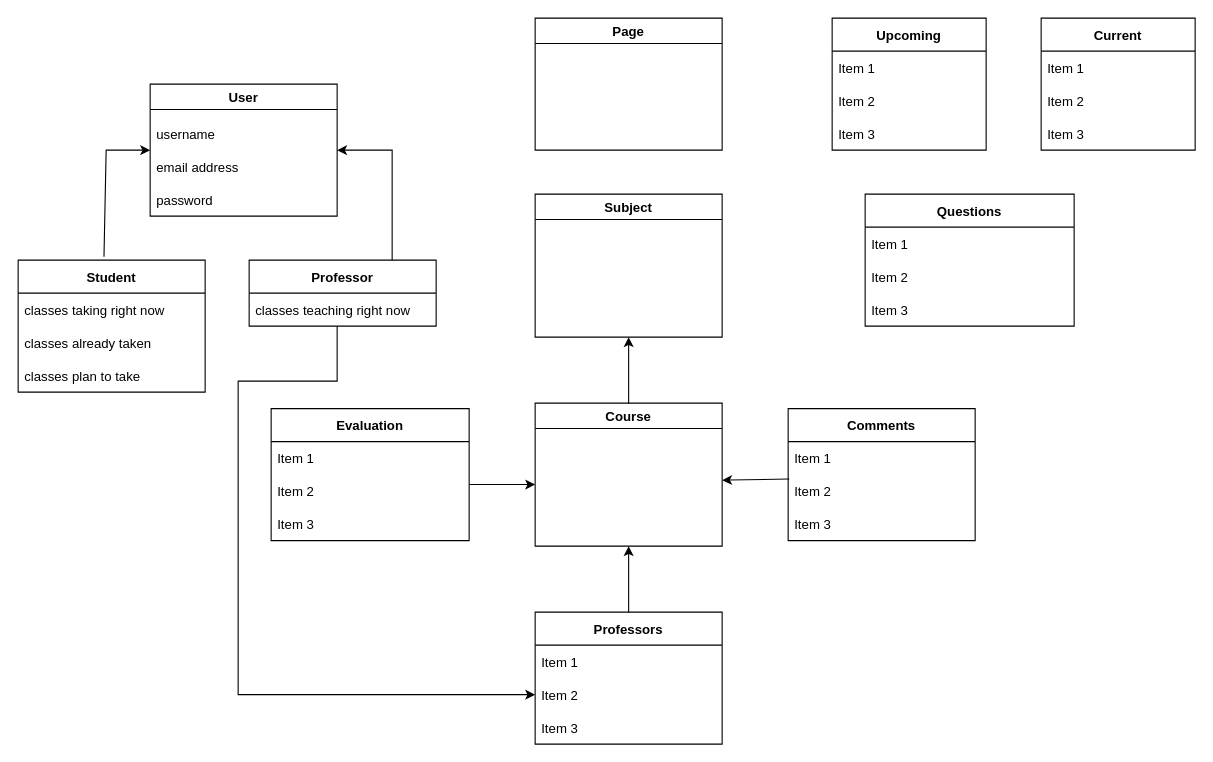
Earlier version of the draw.io diagram Domain Model.drawio (I-Dont-Want-An-F/Project). Source tidied: cells renumbered, new cells numbered last; positions are measured from the earlier drawing's top-left corner, leaving out a move shared by most shapes. Both pictures are drawn from the tidied source at 110%, with x=0, y=0 at pixel (18, 18).
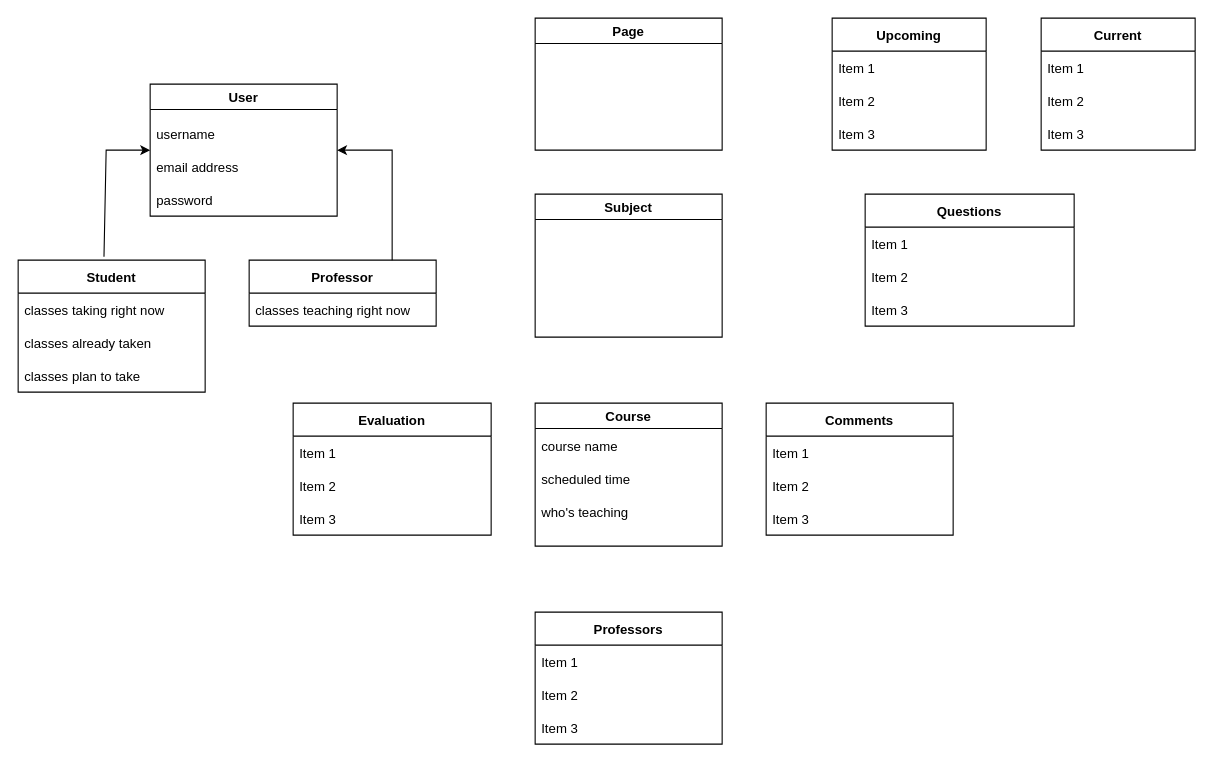
Above is the later version.

The change refers to these unchanged cells:
```xml
<mxCell id="6" value="Professor" style="swimlane;fontStyle=1;horizontal=1;startSize=30;" parent="1" vertex="1">
  <mxGeometry x="210" y="220" width="170" height="60" as="geometry" />
</mxCell>
<mxCell id="16" value="Item 2" style="text;strokeColor=none;fillColor=none;align=left;verticalAlign=middle;spacingLeft=4;spacingRight=4;overflow=hidden;points=[[0,0.5],[1,0.5]];portConstraint=eastwest;" parent="14" vertex="1">
  <mxGeometry y="60" width="170" height="30" as="geometry" />
</mxCell>
<mxCell id="18" value="Subject" style="swimlane;startSize=23;" parent="1" vertex="1">
  <mxGeometry x="470" y="160" width="170" height="130" as="geometry" />
</mxCell>
<mxCell id="19" value="Professors" style="swimlane;fontStyle=1;horizontal=1;startSize=30;" parent="1" vertex="1">
  <mxGeometry x="470" y="540" width="170" height="120" as="geometry" />
</mxCell>
<mxCell id="21" value="Item 2" style="text;strokeColor=none;fillColor=none;align=left;verticalAlign=middle;spacingLeft=4;spacingRight=4;overflow=hidden;points=[[0,0.5],[1,0.5]];portConstraint=eastwest;" parent="19" vertex="1">
  <mxGeometry y="60" width="170" height="30" as="geometry" />
</mxCell>
<mxCell id="23" value="Course" style="swimlane;" parent="1" vertex="1">
  <mxGeometry x="470" y="350" width="170" height="130" as="geometry" />
</mxCell>
```

What changed in the source:
```diff
@@
-    <mxCell id="8" style="endArrow=classic;html=1;rounded=0;entryX=0;entryY=0.5;entryDx=0;entryDy=0;" parent="6" edge="1" target="21">
-      <mxGeometry relative="1" as="geometry">
-        <mxPoint x="80" y="60" as="sourcePoint" />
-        <Array as="points">
-          <mxPoint x="80" y="110" />
-          <mxPoint x="-10" y="110" />
-          <mxPoint x="-10" y="395" />
-        </Array>
-      </mxGeometry>
-    </mxCell>
@@
     <mxCell id="14" value="Comments" style="swimlane;fontStyle=1;horizontal=1;startSize=30;" parent="1" vertex="1">
-      <mxGeometry x="700" y="355" width="170" height="120" as="geometry" />
+      <mxGeometry x="680" y="350" width="170" height="120" as="geometry" />
     </mxCell>
@@
+    <mxCell id="46" value="course name" style="text;strokeColor=none;fillColor=none;align=left;verticalAlign=middle;spacingLeft=4;spacingRight=4;overflow=hidden;" parent="23" vertex="1">
+      <mxGeometry y="24" width="80" height="30" as="geometry" />
+    </mxCell>
+    <mxCell id="47" value="scheduled time" style="text;strokeColor=none;fillColor=none;align=left;verticalAlign=middle;spacingLeft=4;spacingRight=4;overflow=hidden;" parent="23" vertex="1">
+      <mxGeometry y="54" width="100" height="30" as="geometry" />
+    </mxCell>
+    <mxCell id="48" value="who's teaching" style="text;strokeColor=none;fillColor=none;align=left;verticalAlign=middle;spacingLeft=4;spacingRight=4;overflow=hidden;" parent="23" vertex="1">
+      <mxGeometry y="84" width="100" height="30" as="geometry" />
+    </mxCell>
@@
     <mxCell id="36" value="Evaluation" style="swimlane;fontStyle=1;horizontal=1;startSize=30;" parent="1" vertex="1">
-      <mxGeometry x="230" y="355" width="180" height="120" as="geometry" />
+      <mxGeometry x="250" y="350" width="180" height="120" as="geometry" />
     </mxCell>
@@
-    <mxCell id="42" style="endArrow=classic;html=1;rounded=0;exitX=0.5;exitY=0;exitDx=0;exitDy=0;entryX=0.5;entryY=1;entryDx=0;entryDy=0;" parent="1" edge="1" source="23" target="18">
-      <mxGeometry relative="1" as="geometry" />
-    </mxCell>
-    <mxCell id="43" style="endArrow=classic;html=1;rounded=0;exitX=0.5;exitY=0;exitDx=0;exitDy=0;entryX=0.5;entryY=1;entryDx=0;entryDy=0;" parent="1" edge="1" source="19" target="23">
-      <mxGeometry relative="1" as="geometry" />
-    </mxCell>
-    <mxCell id="44" style="endArrow=classic;html=1;rounded=0;" parent="1" edge="1">
-      <mxGeometry relative="1" as="geometry">
-        <mxPoint x="410" y="424" as="sourcePoint" />
-        <mxPoint x="470" y="424" as="targetPoint" />
-      </mxGeometry>
-    </mxCell>
-    <mxCell id="45" style="endArrow=classic;html=1;rounded=0;exitX=0.006;exitY=0.133;exitDx=0;exitDy=0;exitPerimeter=0;" parent="1" edge="1" source="16">
-      <mxGeometry relative="1" as="geometry">
-        <mxPoint x="640" y="420" as="targetPoint" />
-      </mxGeometry>
-    </mxCell>
```
